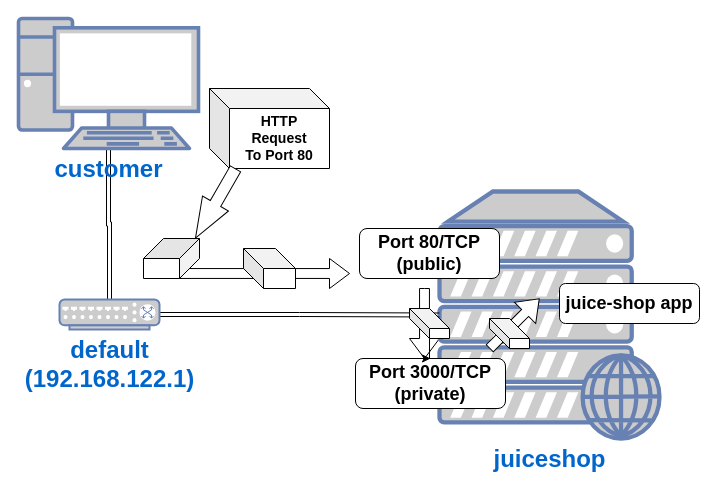
Above: content/labs/diagrams/lab-02-nginx.drawio in bsebhat/bsebhat.github.io (draw.io), before the change. Source tidied: cells renumbered, new cells numbered last; positions are measured from the earlier drawing's top-left corner, leaving out a move shared by most shapes. Both pictures are drawn from the tidied source at 100%, with x=0, y=0 at pixel (18, 18).
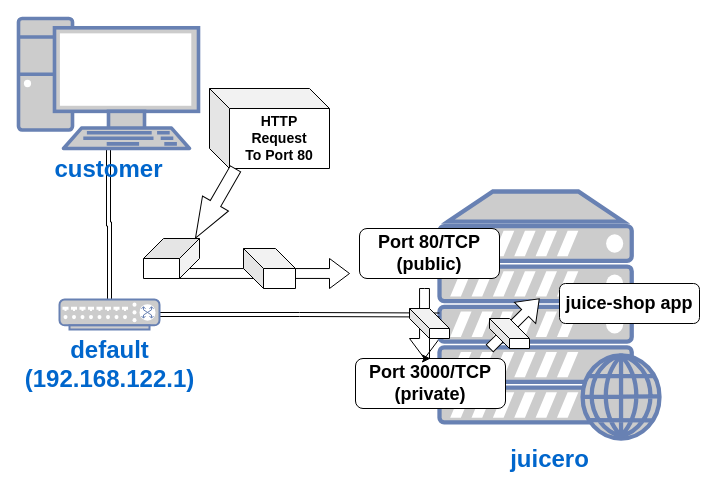
Above is the later version.

Diff of the diagram source:
```diff
@@
 <mxGraphModel>
   <root>
     <mxCell id="0" />
     <mxCell id="1" parent="0" />
     <mxCell id="2" style="html=1;shadow=0;dashed=0;align=center;verticalAlign=middle;shape=mxgraph.arrows2.arrow;dy=0.67;dx=20;notch=0;" parent="1" vertex="1">
       <mxGeometry x="151" y="240" width="180" height="30" as="geometry" />
     </mxCell>
     <mxCell id="3" style="html=1;shadow=0;dashed=0;align=center;verticalAlign=middle;shape=mxgraph.arrows2.arrow;dy=0.67;dx=20;notch=0;rotation=90;" parent="1" vertex="1">
       <mxGeometry x="371" y="290" width="70" height="30" as="geometry" />
     </mxCell>
     <mxCell id="4" value="&lt;b style=&quot;border-color: var(--border-color);&quot;&gt;&lt;font style=&quot;border-color: var(--border-color); font-size: 14px;&quot;&gt;HTTP&lt;br&gt;Request&lt;br&gt;To Port 80&lt;br&gt;&lt;/font&gt;&lt;/b&gt;" style="shape=cube;whiteSpace=wrap;html=1;boundedLbl=1;backgroundOutline=1;darkOpacity=0.05;darkOpacity2=0.1;" parent="1" vertex="1">
       <mxGeometry x="191" y="70" width="120" height="80" as="geometry" />
     </mxCell>
-    <mxCell id="5" value="&lt;font style=&quot;font-size: 24px;&quot;&gt;&lt;b&gt;juiceshop&lt;br&gt;&lt;/b&gt;&lt;/font&gt;" style="fontColor=#0066CC;verticalAlign=top;verticalLabelPosition=bottom;labelPosition=center;align=center;html=1;outlineConnect=0;fillColor=#CCCCCC;strokeColor=#6881B3;gradientColor=none;gradientDirection=north;strokeWidth=2;shape=mxgraph.networks.web_server;" parent="1" vertex="1">
+    <mxCell id="5" value="&lt;font style=&quot;font-size: 24px;&quot;&gt;&lt;b&gt;juicero&lt;br&gt;&lt;/b&gt;&lt;/font&gt;" style="fontColor=#0066CC;verticalAlign=top;verticalLabelPosition=bottom;labelPosition=center;align=center;html=1;outlineConnect=0;fillColor=#CCCCCC;strokeColor=#6881B3;gradientColor=none;gradientDirection=north;strokeWidth=2;shape=mxgraph.networks.web_server;" parent="1" vertex="1">
       <mxGeometry x="421" y="173" width="220" height="247" as="geometry" />
     </mxCell>
     <mxCell id="6" style="edgeStyle=orthogonalEdgeStyle;shape=link;rounded=0;jettySize=auto;html=1;exitX=0.5;exitY=0;exitDx=0;exitDy=0;exitPerimeter=0;" parent="1" edge="1" source="8" target="9">
       <mxGeometry relative="1" as="geometry" />
     </mxCell>
     <mxCell id="7" style="edgeStyle=orthogonalEdgeStyle;shape=link;rounded=0;jettySize=auto;html=1;exitX=1;exitY=0.5;exitDx=0;exitDy=0;exitPerimeter=0;" parent="1" edge="1" source="8" target="5">
       <mxGeometry relative="1" as="geometry" />
     </mxCell>
     <mxCell id="8" value="&lt;b style=&quot;border-color: var(--border-color); font-size: 24px;&quot;&gt;default&lt;br style=&quot;border-color: var(--border-color);&quot;&gt;(192.168.122.1)&lt;/b&gt;" style="fontColor=#0066CC;verticalAlign=top;verticalLabelPosition=bottom;labelPosition=center;align=center;html=1;outlineConnect=0;fillColor=#CCCCCC;strokeColor=#6881B3;gradientColor=none;gradientDirection=north;strokeWidth=2;shape=mxgraph.networks.switch;" parent="1" vertex="1">
       <mxGeometry x="41" y="281" width="100" height="30" as="geometry" />
     </mxCell>
     <mxCell id="9" value="&lt;b style=&quot;border-color: var(--border-color); font-size: 24px;&quot;&gt;customer&lt;br&gt;&lt;/b&gt;" style="fontColor=#0066CC;verticalAlign=top;verticalLabelPosition=bottom;labelPosition=center;align=center;html=1;outlineConnect=0;fillColor=#CCCCCC;strokeColor=#6881B3;gradientColor=none;gradientDirection=north;strokeWidth=2;shape=mxgraph.networks.pc;" parent="1" vertex="1">
       <mxGeometry width="180" height="130" as="geometry" />
     </mxCell>
     <mxCell id="10" value="&lt;b&gt;&lt;font style=&quot;font-size: 18px;&quot;&gt;Port 3000/TCP&lt;br&gt;(private)&lt;br&gt;&lt;/font&gt;&lt;/b&gt;" style="rounded=1;whiteSpace=wrap;html=1;" parent="1" vertex="1">
       <mxGeometry x="337" y="340" width="150" height="50" as="geometry" />
     </mxCell>
     <mxCell id="11" value="&lt;b style=&quot;border-color: var(--border-color);&quot;&gt;&lt;font style=&quot;border-color: var(--border-color); font-size: 18px;&quot;&gt;Port 80/TCP&lt;br&gt;(public)&lt;br&gt;&lt;/font&gt;&lt;/b&gt;" style="rounded=1;whiteSpace=wrap;html=1;" parent="1" vertex="1">
       <mxGeometry x="341" y="210" width="140" height="50" as="geometry" />
     </mxCell>
     <mxCell id="12" value="&lt;b style=&quot;border-color: var(--border-color);&quot;&gt;&lt;font style=&quot;border-color: var(--border-color); font-size: 18px;&quot;&gt;juice-shop app&lt;/font&gt;&lt;/b&gt;" style="rounded=1;whiteSpace=wrap;html=1;" parent="1" vertex="1">
       <mxGeometry x="541" y="265" width="140" height="40" as="geometry" />
     </mxCell>
     <mxCell id="13" style="shape=cube;whiteSpace=wrap;html=1;boundedLbl=1;backgroundOutline=1;darkOpacity=0.05;darkOpacity2=0.1;direction=south;" parent="1" vertex="1">
       <mxGeometry x="125" y="220" width="56" height="40" as="geometry" />
     </mxCell>
     <mxCell id="14" style="edgeStyle=orthogonalEdgeStyle;rounded=0;jettySize=auto;html=1;" parent="1" edge="1" source="15" target="10">
       <mxGeometry relative="1" as="geometry" />
     </mxCell>
     <mxCell id="15" style="shape=cube;whiteSpace=wrap;html=1;boundedLbl=1;backgroundOutline=1;darkOpacity=0.05;darkOpacity2=0.1;" parent="1" vertex="1">
       <mxGeometry x="391" y="290" width="40" height="30" as="geometry" />
     </mxCell>
     <mxCell id="16" style="html=1;shadow=0;dashed=0;align=center;verticalAlign=middle;shape=mxgraph.arrows2.arrow;dy=0.6;dx=40;notch=0;rotation=-240;" parent="1" vertex="1">
       <mxGeometry x="157" y="170" width="80" height="30" as="geometry" />
     </mxCell>
     <mxCell id="17" style="shape=cube;whiteSpace=wrap;html=1;boundedLbl=1;backgroundOutline=1;darkOpacity=0.05;darkOpacity2=0.1;" parent="1" vertex="1">
       <mxGeometry x="225" y="230" width="52" height="40" as="geometry" />
     </mxCell>
     <mxCell id="18" style="html=1;shadow=0;dashed=0;align=center;verticalAlign=middle;shape=mxgraph.arrows2.arrow;dy=0.67;dx=20;notch=0;rotation=-45;" parent="1" vertex="1">
       <mxGeometry x="461" y="290" width="70" height="30" as="geometry" />
     </mxCell>
     <mxCell id="19" style="shape=cube;whiteSpace=wrap;html=1;boundedLbl=1;backgroundOutline=1;darkOpacity=0.05;darkOpacity2=0.1;" parent="1" vertex="1">
       <mxGeometry x="471" y="300" width="40" height="30" as="geometry" />
     </mxCell>
   </root>
 </mxGraphModel>
```
